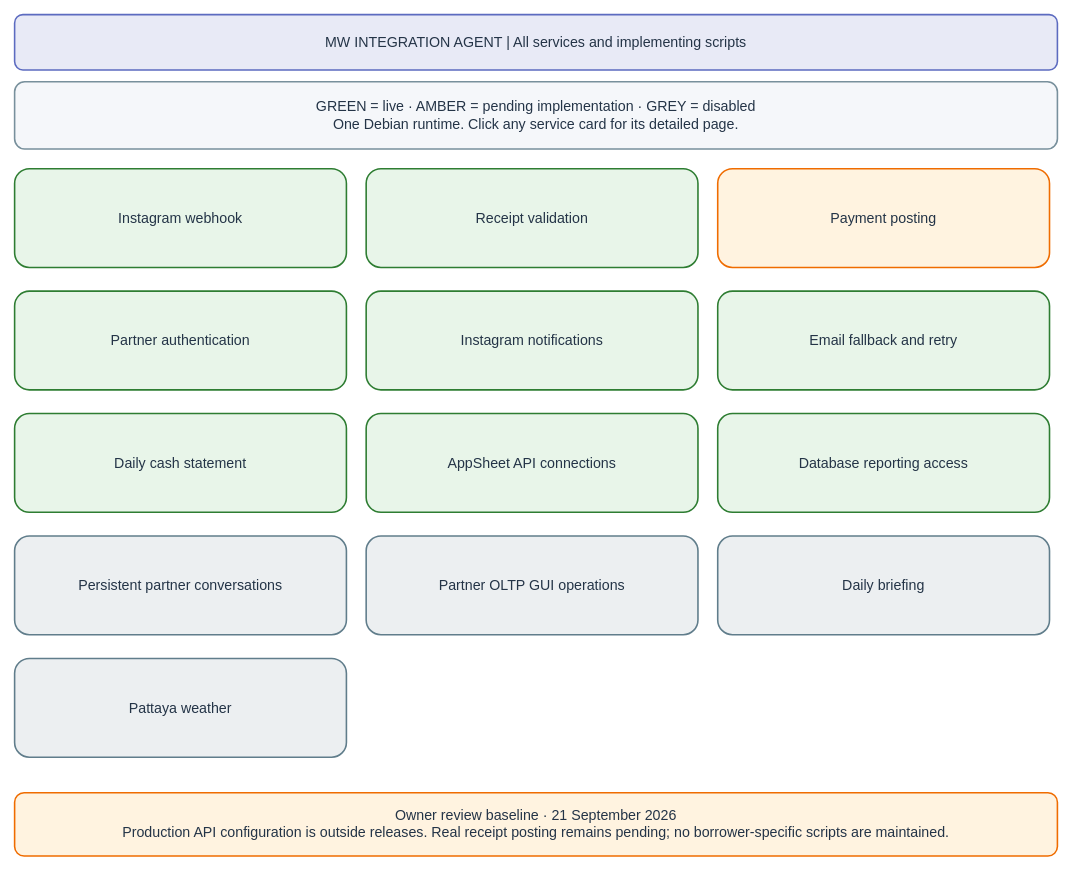
The draw.io diagram page "01 · All services" (1 of 14) of docs/BUSINESS_PROCESS.drawio in welct0407/MW-Credit-App, before the edit. Source tidied: cells renumbered, new cells numbered last; positions are measured from the earlier drawing's top-left corner, leaving out a move shared by most shapes. Both pictures are drawn from the tidied source at 79%, with x=0, y=0 at pixel (14, 14).
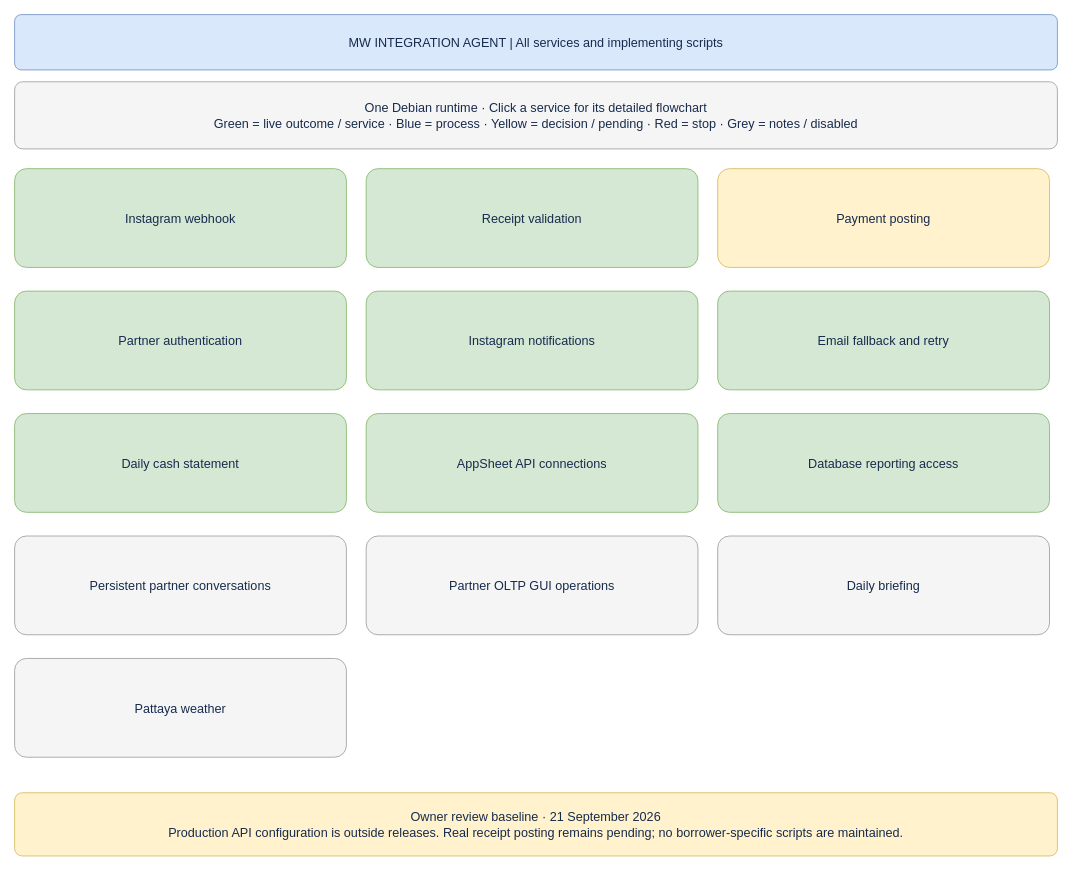
The same diagram, later.

What changed in the source:
```diff
@@
 <mxGraphModel>
   <root>
     <mxCell id="0" />
     <mxCell id="1" parent="0" />
-    <mxCell id="2" value="MW INTEGRATION AGENT  |  All services and implementing scripts" style="rounded=1;whiteSpace=wrap;html=0;fillColor=#e8eaf6;strokeColor=#5c6bc0;strokeWidth=2;fontColor=#243447;fontSize=18;spacing=14;" parent="1" vertex="1">
+    <mxCell id="2" value="MW INTEGRATION AGENT  |  All services and implementing scripts" style="rounded=1;arcSize=12;whiteSpace=wrap;html=0;fillColor=#dae8fc;strokeColor=#6c8ebf;fontColor=#172b4d;fontSize=16;align=center;verticalAlign=middle;spacing=12;" parent="1" vertex="1">
       <mxGeometry width="1320" height="70" as="geometry" />
     </mxCell>
-    <mxCell id="3" value="GREEN = live · AMBER = pending implementation · GREY = disabled&#10;One Debian runtime. Click any service card for its detailed page." style="rounded=1;whiteSpace=wrap;html=0;fillColor=#f5f7fa;strokeColor=#78909c;strokeWidth=2;fontColor=#243447;fontSize=18;spacing=14;" parent="1" vertex="1">
+    <mxCell id="3" value="One Debian runtime · Click a service for its detailed flowchart&#10;Green = live outcome / service · Blue = process · Yellow = decision / pending · Red = stop · Grey = notes / disabled" style="rounded=1;arcSize=12;whiteSpace=wrap;html=0;fillColor=#f5f5f5;strokeColor=#999999;fontColor=#172b4d;fontSize=16;align=center;verticalAlign=middle;spacing=12;" parent="1" vertex="1">
       <mxGeometry y="85" width="1320" height="85" as="geometry" />
     </mxCell>
-    <mxCell id="4" value="Instagram webhook" style="rounded=1;whiteSpace=wrap;html=0;fillColor=#e8f5e9;strokeColor=#2e7d32;strokeWidth=2;fontColor=#243447;fontSize=18;spacing=14;" parent="1" vertex="1">
+    <mxCell id="4" value="Instagram webhook" style="rounded=1;arcSize=12;whiteSpace=wrap;html=0;fillColor=#d5e8d4;strokeColor=#82b366;fontColor=#172b4d;fontSize=16;align=center;verticalAlign=middle;spacing=12;" parent="1" vertex="1">
       <mxGeometry y="195" width="420" height="125" as="geometry" />
     </mxCell>
-    <mxCell id="5" value="Receipt validation" style="rounded=1;whiteSpace=wrap;html=0;fillColor=#e8f5e9;strokeColor=#2e7d32;strokeWidth=2;fontColor=#243447;fontSize=18;spacing=14;" parent="1" vertex="1">
+    <mxCell id="5" value="Receipt validation" style="rounded=1;arcSize=12;whiteSpace=wrap;html=0;fillColor=#d5e8d4;strokeColor=#82b366;fontColor=#172b4d;fontSize=16;align=center;verticalAlign=middle;spacing=12;" parent="1" vertex="1">
       <mxGeometry x="445" y="195" width="420" height="125" as="geometry" />
     </mxCell>
-    <mxCell id="6" value="Payment posting" style="rounded=1;whiteSpace=wrap;html=0;fillColor=#fff3e0;strokeColor=#ef6c00;strokeWidth=2;fontColor=#243447;fontSize=18;spacing=14;" parent="1" vertex="1">
+    <mxCell id="6" value="Payment posting" style="rounded=1;arcSize=12;whiteSpace=wrap;html=0;fillColor=#fff2cc;strokeColor=#d6b656;fontColor=#172b4d;fontSize=16;align=center;verticalAlign=middle;spacing=12;" parent="1" vertex="1">
       <mxGeometry x="890" y="195" width="420" height="125" as="geometry" />
     </mxCell>
-    <mxCell id="7" value="Partner authentication" style="rounded=1;whiteSpace=wrap;html=0;fillColor=#e8f5e9;strokeColor=#2e7d32;strokeWidth=2;fontColor=#243447;fontSize=18;spacing=14;" parent="1" vertex="1">
+    <mxCell id="7" value="Partner authentication" style="rounded=1;arcSize=12;whiteSpace=wrap;html=0;fillColor=#d5e8d4;strokeColor=#82b366;fontColor=#172b4d;fontSize=16;align=center;verticalAlign=middle;spacing=12;" parent="1" vertex="1">
       <mxGeometry y="350" width="420" height="125" as="geometry" />
     </mxCell>
-    <mxCell id="8" value="Instagram notifications" style="rounded=1;whiteSpace=wrap;html=0;fillColor=#e8f5e9;strokeColor=#2e7d32;strokeWidth=2;fontColor=#243447;fontSize=18;spacing=14;" parent="1" vertex="1">
+    <mxCell id="8" value="Instagram notifications" style="rounded=1;arcSize=12;whiteSpace=wrap;html=0;fillColor=#d5e8d4;strokeColor=#82b366;fontColor=#172b4d;fontSize=16;align=center;verticalAlign=middle;spacing=12;" parent="1" vertex="1">
       <mxGeometry x="445" y="350" width="420" height="125" as="geometry" />
     </mxCell>
-    <mxCell id="9" value="Email fallback and retry" style="rounded=1;whiteSpace=wrap;html=0;fillColor=#e8f5e9;strokeColor=#2e7d32;strokeWidth=2;fontColor=#243447;fontSize=18;spacing=14;" parent="1" vertex="1">
+    <mxCell id="9" value="Email fallback and retry" style="rounded=1;arcSize=12;whiteSpace=wrap;html=0;fillColor=#d5e8d4;strokeColor=#82b366;fontColor=#172b4d;fontSize=16;align=center;verticalAlign=middle;spacing=12;" parent="1" vertex="1">
       <mxGeometry x="890" y="350" width="420" height="125" as="geometry" />
     </mxCell>
-    <mxCell id="10" value="Daily cash statement" style="rounded=1;whiteSpace=wrap;html=0;fillColor=#e8f5e9;strokeColor=#2e7d32;strokeWidth=2;fontColor=#243447;fontSize=18;spacing=14;" parent="1" vertex="1">
+    <mxCell id="10" value="Daily cash statement" style="rounded=1;arcSize=12;whiteSpace=wrap;html=0;fillColor=#d5e8d4;strokeColor=#82b366;fontColor=#172b4d;fontSize=16;align=center;verticalAlign=middle;spacing=12;" parent="1" vertex="1">
       <mxGeometry y="505" width="420" height="125" as="geometry" />
     </mxCell>
-    <mxCell id="11" value="AppSheet API connections" style="rounded=1;whiteSpace=wrap;html=0;fillColor=#e8f5e9;strokeColor=#2e7d32;strokeWidth=2;fontColor=#243447;fontSize=18;spacing=14;" parent="1" vertex="1">
+    <mxCell id="11" value="AppSheet API connections" style="rounded=1;arcSize=12;whiteSpace=wrap;html=0;fillColor=#d5e8d4;strokeColor=#82b366;fontColor=#172b4d;fontSize=16;align=center;verticalAlign=middle;spacing=12;" parent="1" vertex="1">
       <mxGeometry x="445" y="505" width="420" height="125" as="geometry" />
     </mxCell>
-    <mxCell id="12" value="Database reporting access" style="rounded=1;whiteSpace=wrap;html=0;fillColor=#e8f5e9;strokeColor=#2e7d32;strokeWidth=2;fontColor=#243447;fontSize=18;spacing=14;" parent="1" vertex="1">
+    <mxCell id="12" value="Database reporting access" style="rounded=1;arcSize=12;whiteSpace=wrap;html=0;fillColor=#d5e8d4;strokeColor=#82b366;fontColor=#172b4d;fontSize=16;align=center;verticalAlign=middle;spacing=12;" parent="1" vertex="1">
       <mxGeometry x="890" y="505" width="420" height="125" as="geometry" />
     </mxCell>
-    <mxCell id="13" value="Persistent partner conversations" style="rounded=1;whiteSpace=wrap;html=0;fillColor=#eceff1;strokeColor=#607d8b;strokeWidth=2;fontColor=#243447;fontSize=18;spacing=14;" parent="1" vertex="1">
+    <mxCell id="13" value="Persistent partner conversations" style="rounded=1;arcSize=12;whiteSpace=wrap;html=0;fillColor=#f5f5f5;strokeColor=#999999;fontColor=#172b4d;fontSize=16;align=center;verticalAlign=middle;spacing=12;" parent="1" vertex="1">
       <mxGeometry y="660" width="420" height="125" as="geometry" />
     </mxCell>
-    <mxCell id="14" value="Partner OLTP GUI operations" style="rounded=1;whiteSpace=wrap;html=0;fillColor=#eceff1;strokeColor=#607d8b;strokeWidth=2;fontColor=#243447;fontSize=18;spacing=14;" parent="1" vertex="1">
+    <mxCell id="14" value="Partner OLTP GUI operations" style="rounded=1;arcSize=12;whiteSpace=wrap;html=0;fillColor=#f5f5f5;strokeColor=#999999;fontColor=#172b4d;fontSize=16;align=center;verticalAlign=middle;spacing=12;" parent="1" vertex="1">
       <mxGeometry x="445" y="660" width="420" height="125" as="geometry" />
     </mxCell>
-    <mxCell id="15" value="Daily briefing" style="rounded=1;whiteSpace=wrap;html=0;fillColor=#eceff1;strokeColor=#607d8b;strokeWidth=2;fontColor=#243447;fontSize=18;spacing=14;" parent="1" vertex="1">
+    <mxCell id="15" value="Daily briefing" style="rounded=1;arcSize=12;whiteSpace=wrap;html=0;fillColor=#f5f5f5;strokeColor=#999999;fontColor=#172b4d;fontSize=16;align=center;verticalAlign=middle;spacing=12;" parent="1" vertex="1">
       <mxGeometry x="890" y="660" width="420" height="125" as="geometry" />
     </mxCell>
-    <mxCell id="16" value="Pattaya weather" style="rounded=1;whiteSpace=wrap;html=0;fillColor=#eceff1;strokeColor=#607d8b;strokeWidth=2;fontColor=#243447;fontSize=18;spacing=14;" parent="1" vertex="1">
+    <mxCell id="16" value="Pattaya weather" style="rounded=1;arcSize=12;whiteSpace=wrap;html=0;fillColor=#f5f5f5;strokeColor=#999999;fontColor=#172b4d;fontSize=16;align=center;verticalAlign=middle;spacing=12;" parent="1" vertex="1">
       <mxGeometry y="815" width="420" height="125" as="geometry" />
     </mxCell>
-    <mxCell id="17" value="Owner review baseline · 21 September 2026&#10;Production API configuration is outside releases. Real receipt posting remains pending; no borrower-specific scripts are maintained." style="rounded=1;whiteSpace=wrap;html=0;fillColor=#fff3e0;strokeColor=#ef6c00;strokeWidth=2;fontColor=#243447;fontSize=18;spacing=14;" parent="1" vertex="1">
+    <mxCell id="17" value="Owner review baseline · 21 September 2026&#10;Production API configuration is outside releases. Real receipt posting remains pending; no borrower-specific scripts are maintained." style="rounded=1;arcSize=12;whiteSpace=wrap;html=0;fillColor=#fff2cc;strokeColor=#d6b656;fontColor=#172b4d;fontSize=16;align=center;verticalAlign=middle;spacing=12;" parent="1" vertex="1">
       <mxGeometry y="985" width="1320" height="80" as="geometry" />
     </mxCell>
   </root>
 </mxGraphModel>
```
